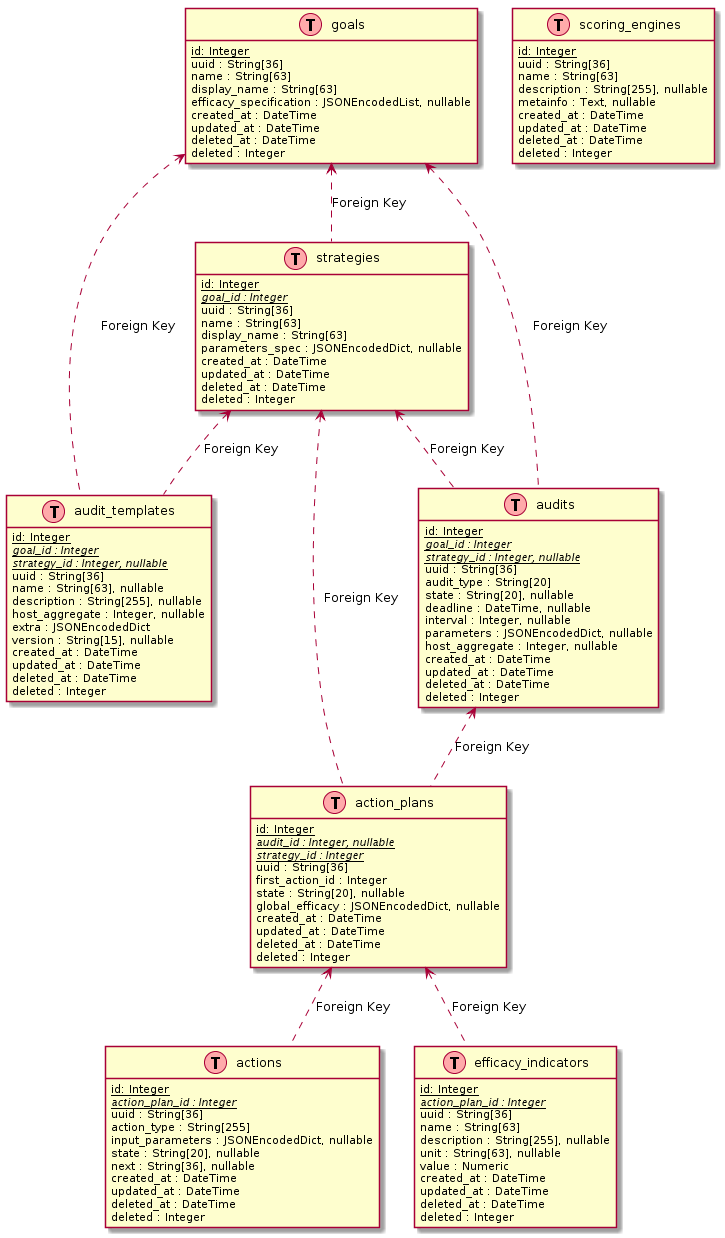
openstack/watcher keeps this PlantUML diagram as doc/source/images/watcher_db_schema_diagram.png. Above is the earlier version.
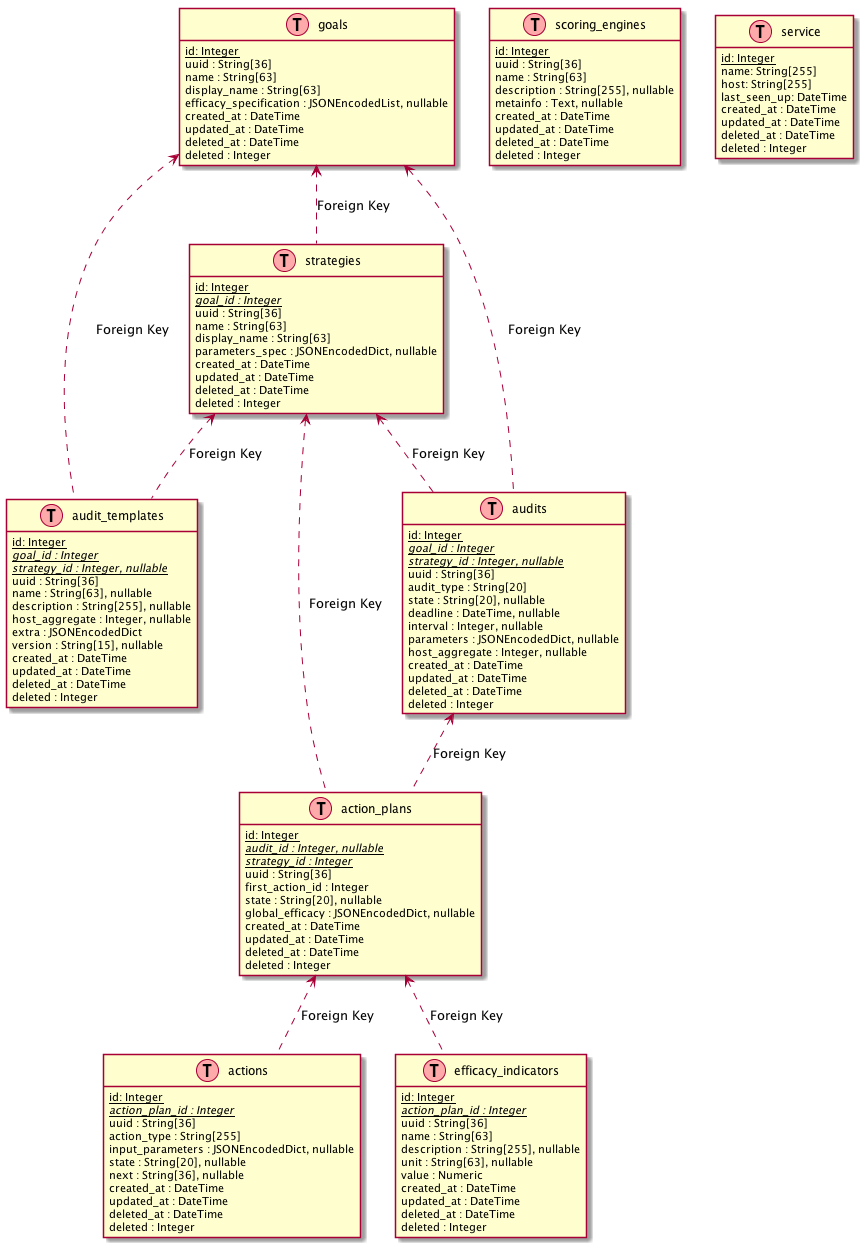
After the commit.

Commit message:
Add service object to the watcher_db_schema

This patch set adds service object to the watcher_db_schema_diagram.txt
New watcher_db_schema_diagram.png is compiled and attached.

Partially-Implements: blueprint watcher-service-list

The edit, as a diff of the source:
```diff
@@ -128,6 +128,18 @@
     deleted : Integer
 }
 
+class service << (T,#FFAAAA) >> {
+    <u>id: Integer</u>
+    name: String[255]
+    host: String[255]
+    last_seen_up: DateTime
+
+    created_at : DateTime
+    updated_at : DateTime
+    deleted_at : DateTime
+    deleted : Integer
+}
+
  "goals" <.. "strategies" : Foreign Key
  "goals" <.. "audit_templates" : Foreign Key
  "strategies" <.. "audit_templates" : Foreign Key
```
